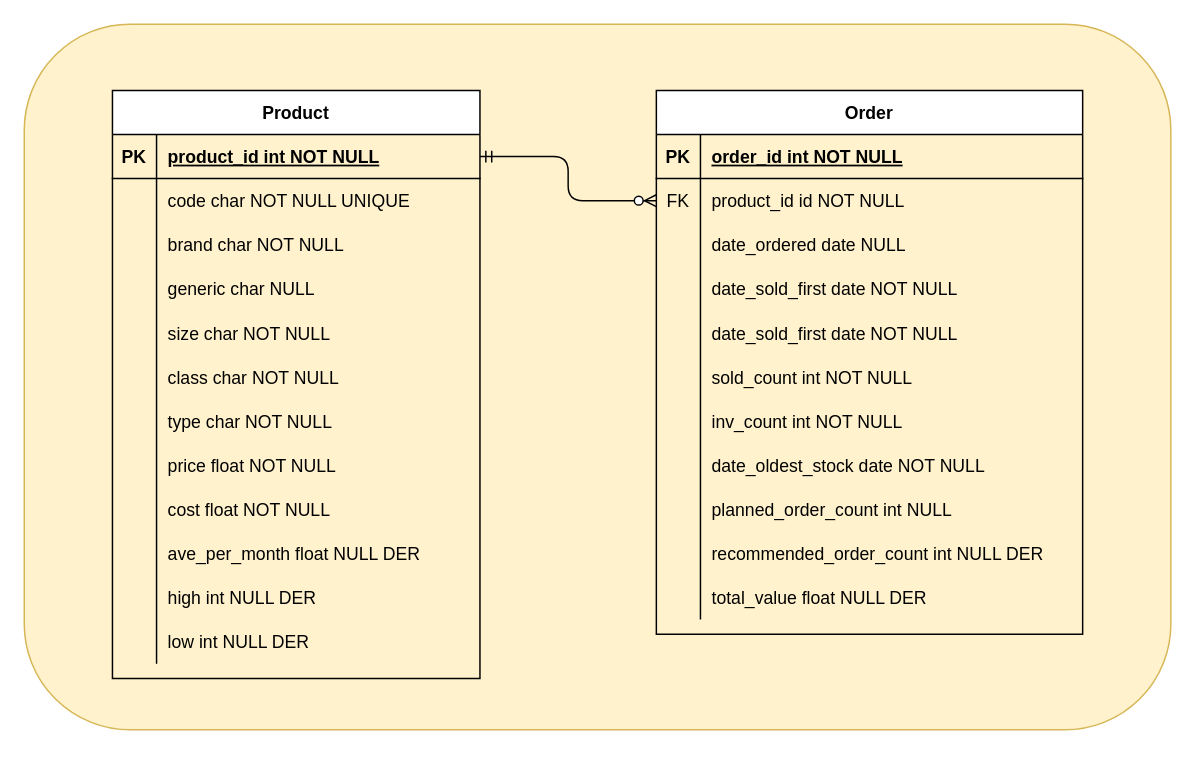
This is db-design.drawio from thisLexic/pharma-order, a draw.io file, before an edit. Source tidied: cells renumbered, new cells numbered last; positions are measured from the earlier drawing's top-left corner, leaving out a move shared by most shapes. Both pictures are drawn from the tidied source at 147%, with x=0, y=0 at pixel (24, 24).
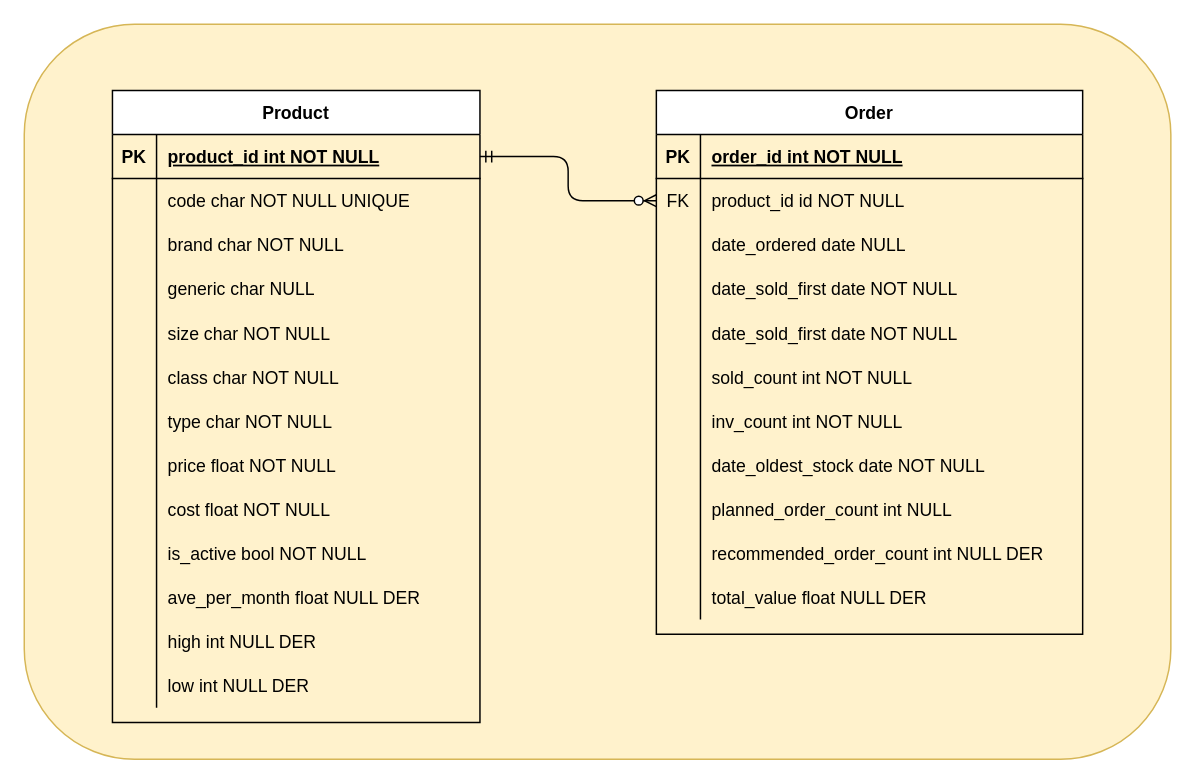
Above is the later version.

Commit message (it also covers changes not shown here):
UI and db design update with is_active field for product and add button in UI

The edit, as a diff of the source:
```diff
@@
     <mxCell id="2" style="rounded=1;whiteSpace=wrap;html=1;fillColor=#fff2cc;strokeColor=#d6b656;" parent="1" vertex="1">
-      <mxGeometry width="780" height="480" as="geometry" />
+      <mxGeometry width="780" height="500" as="geometry" />
     </mxCell>
     <mxCell id="3" value="Product" style="shape=table;startSize=30;childLayout=tableLayout;rowLines=0;fontStyle=1;align=center;" parent="1" vertex="1">
-      <mxGeometry x="60" y="45" width="250" height="400" as="geometry" />
+      <mxGeometry x="60" y="45" width="250" height="430" as="geometry" />
     </mxCell>
@@
+    <mxCell id="75" style="shape=partialRectangle;fillColor=none;top=0;left=0;right=0;bottom=0;" parent="3" vertex="1">
+      <mxGeometry y="300" width="250" height="30" as="geometry" />
+    </mxCell>
+    <mxCell id="76" style="shape=partialRectangle;overflow=hidden;fillColor=none;top=0;left=0;bottom=0;right=0;" parent="75" vertex="1">
+      <mxGeometry width="30" height="30" as="geometry" />
+    </mxCell>
+    <mxCell id="77" value="is_active bool NOT NULL" style="shape=partialRectangle;overflow=hidden;fillColor=none;top=0;left=0;bottom=0;right=0;align=left;spacingLeft=6;" parent="75" vertex="1">
+      <mxGeometry x="30" width="220" height="30" as="geometry" />
+    </mxCell>
     <mxCell id="31" style="shape=partialRectangle;fillColor=none;top=0;left=0;right=0;bottom=0;" parent="3" vertex="1">
-      <mxGeometry y="300" width="250" height="30" as="geometry" />
+      <mxGeometry y="330" width="250" height="30" as="geometry" />
     </mxCell>
@@
     <mxCell id="34" style="shape=partialRectangle;fillColor=none;top=0;left=0;right=0;bottom=0;" parent="3" vertex="1">
-      <mxGeometry y="330" width="250" height="30" as="geometry" />
+      <mxGeometry y="360" width="250" height="30" as="geometry" />
     </mxCell>
@@
     <mxCell id="37" style="shape=partialRectangle;fillColor=none;top=0;left=0;right=0;bottom=0;" parent="3" vertex="1">
-      <mxGeometry y="360" width="250" height="30" as="geometry" />
+      <mxGeometry y="390" width="250" height="30" as="geometry" />
     </mxCell>
```
